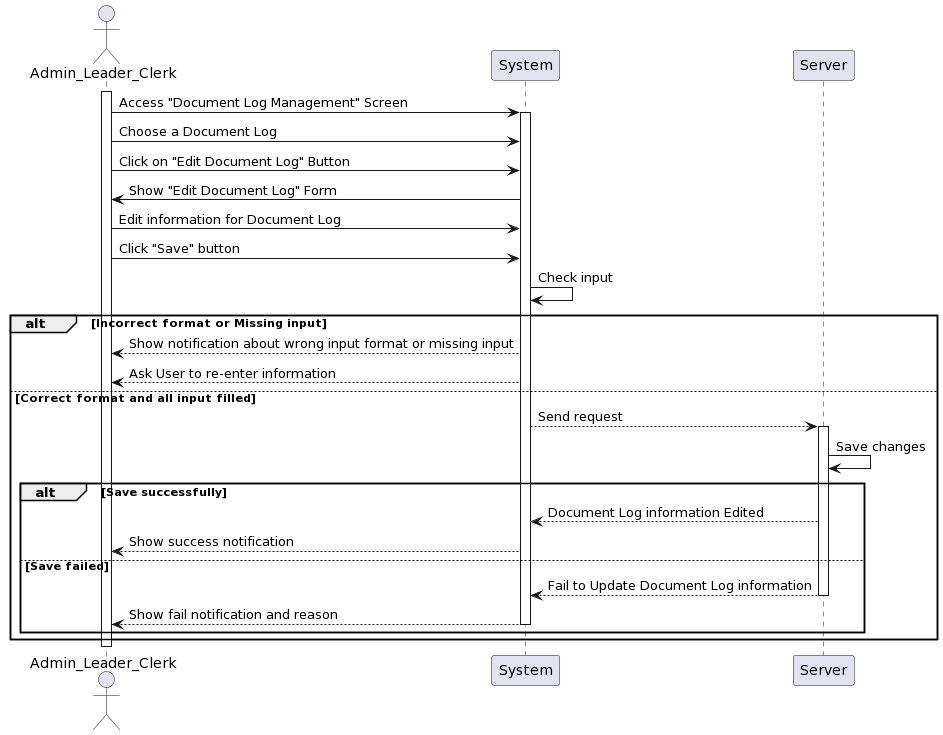
Earlier version of the PlantUML export Lab1/Lab1.2/SequenceDiagram/DocumentLog/EditDocumentLoginformation/EditDocumentLoginformation_SequenceDiagram.png (khoapham1003/SE357-Pratice-class).
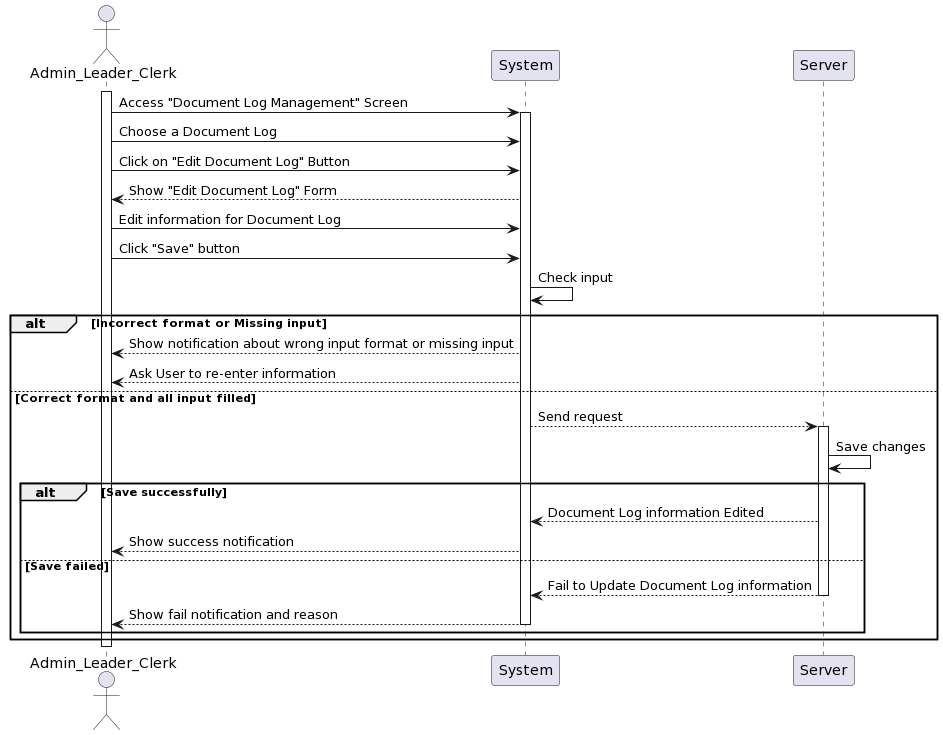
The same file after the commit.

Diff of the diagram source:
```diff
@@ -8,7 +8,7 @@
 activate System
 User -> System: Choose a Document Log
 User -> System: Click on "Edit Document Log" Button
-System -> User: Show "Edit Document Log" Form
+System --> User: Show "Edit Document Log" Form
 User -> System: Edit information for Document Log
 User -> System: Click "Save" button
 System -> System: Check input
```
